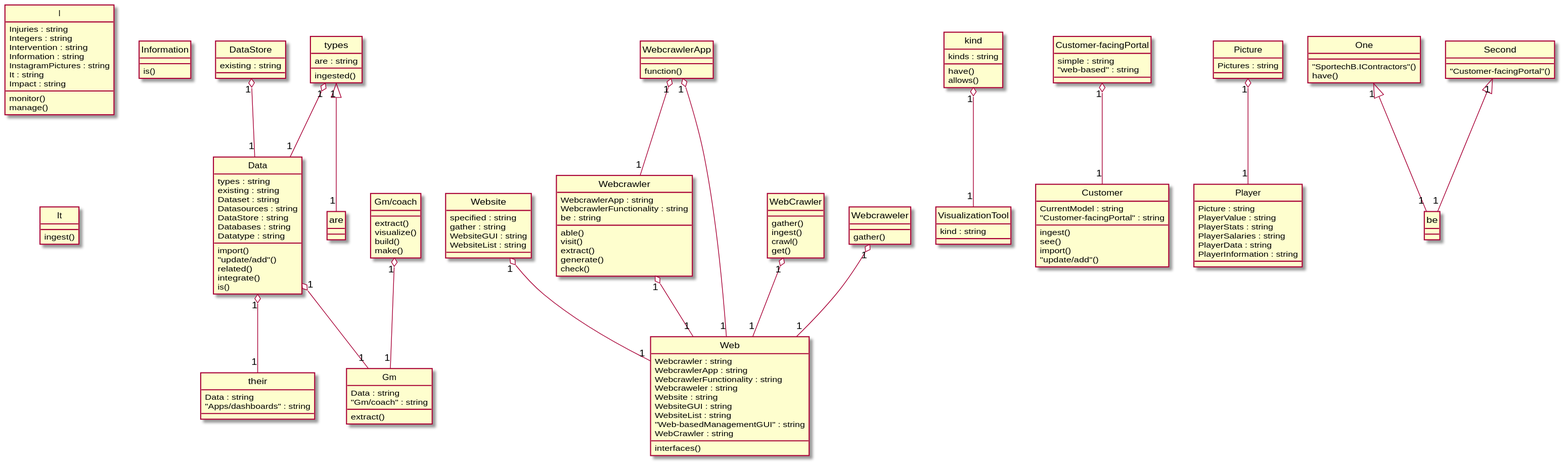
This is Diagrams/2014-USC-Project02.svg from xixixhalu/DomainModelExtractor, a PlantUML export, as it was before one commit. The source it was exported from:
```plantuml
@startuml
hide circle
class Gm {
	Data : string
	"Gm/coach" : string
	extract()
}
class Website {
	specified : string
	gather : string
	WebsiteGUI : string
	WebsiteList : string
}
class DataStore {
	existing : string
}
class VisualizationTool {
	kind : string
}
class Data {
	types : string
	existing : string
	Dataset : string
	Datasources : string
	DataStore : string
	Databases : string
	Datatype : string
	import()
	"update/add"()
	related()
	integrate()
	is()
}
class their {
	Data : string
	"Apps/dashboards" : string
}
class Customer-facingPortal {
	simple : string
	"web-based" : string
}
class Customer {
	CurrentModel : string
	"Customer-facingPortal" : string
	ingest()
	see()
	import()
	"update/add"()
}
class Player {
	Picture : string
	PlayerValue : string
	PlayerStats : string
	PlayerSalaries : string
	PlayerData : string
	PlayerInformation : string
}
class Picture {
	Pictures : string
}
class Webcrawler {
	WebcrawlerApp : string
	WebcrawlerFunctionality : string
	be : string
	able()
	visit()
	extract()
	generate()
	check()
}
class I {
	Injuries : string
	Integers : string
	Intervention : string
	Information : string
	InstagramPictures : string
	It : string
	Impact : string
	monitor()
	manage()
}
class kind {
	kinds : string
	have()
	allows()
}
class Web {
	Webcrawler : string
	WebcrawlerApp : string
	WebcrawlerFunctionality : string
	Webcraweler : string
	Website : string
	WebsiteGUI : string
	WebsiteList : string
	"Web-basedManagementGUI" : string
	WebCrawler : string
	interfaces()
}
class types {
	are : string
	ingested()
}
class Gm/coach {
	extract()
	visualize()
	build()
	make()
}
class One {
	"SportechB.IContractors"()
	have()
}
class WebCrawler {
	gather()
	ingest()
	crawl()
	get()
}
class Information {
	is()
}
class WebcrawlerApp {
	function()
}
class It {
	ingest()
}
class Second {
	"Customer-facingPortal"()
}
class Webcraweler {
	gather()
}
Data "1" o-- "1" their
Data "1" o-- "1" Gm
WebCrawler "1" o-- "1" Web
"Customer-facingPortal" "1" o-- "1" Customer
"Gm/coach" "1" o-- "1" Gm
WebcrawlerApp "1" o-- "1" Web
Picture "1" o-- "1" Player
kind "1" o-- "1" VisualizationTool
types "1" <|-- "1" are
Webcraweler "1" o-- "1" Web
WebcrawlerApp "1" o-- "1" Webcrawler
DataStore "1" o-- "1" Data
One "1" <|-- "1" be
Website "1" o-- "1" Web
types "1" o-- "1" Data
Second "1" <|-- "1" be
Webcrawler "1" o-- "1" Web
@enduml
```
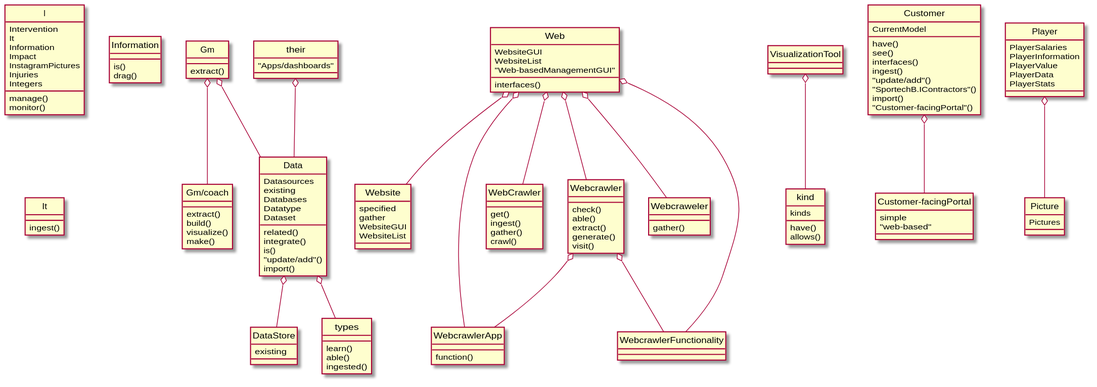
The same diagram one commit later.

Change to the diagram source:
```diff
@@ -1,151 +1,132 @@
 @startuml
 hide circle
 class Gm {
-	Data : string
-	"Gm/coach" : string
 	extract()
 }
 class Website {
-	specified : string
-	gather : string
-	WebsiteGUI : string
-	WebsiteList : string
+	specified
+	gather
+	WebsiteGUI
+	WebsiteList
 }
 class DataStore {
-	existing : string
+	existing
 }
 class VisualizationTool {
-	kind : string
 }
 class Data {
-	types : string
-	existing : string
-	Dataset : string
-	Datasources : string
-	DataStore : string
-	Databases : string
-	Datatype : string
-	import()
-	"update/add"()
+	Datasources
+	existing
+	Databases
+	Datatype
+	Dataset
 	related()
 	integrate()
 	is()
+	"update/add"()
+	import()
 }
 class their {
-	Data : string
-	"Apps/dashboards" : string
+	"Apps/dashboards"
 }
 class Customer-facingPortal {
-	simple : string
-	"web-based" : string
+	simple
+	"web-based"
 }
 class Customer {
-	CurrentModel : string
-	"Customer-facingPortal" : string
+	CurrentModel
+	have()
+	see()
+	interfaces()
 	ingest()
-	see()
+	"update/add"()
+	"SportechB.IContractors"()
 	import()
-	"update/add"()
+	"Customer-facingPortal"()
 }
 class Player {
-	Picture : string
-	PlayerValue : string
-	PlayerStats : string
-	PlayerSalaries : string
-	PlayerData : string
-	PlayerInformation : string
+	PlayerSalaries
+	PlayerInformation
+	PlayerValue
+	PlayerData
+	PlayerStats
+}
+class I {
+	Intervention
+	It
+	Information
+	Impact
+	InstagramPictures
+	Injuries
+	Integers
+	manage()
+	monitor()
 }
 class Picture {
-	Pictures : string
+	Pictures
 }
 class Webcrawler {
-	WebcrawlerApp : string
-	WebcrawlerFunctionality : string
-	be : string
+	check()
 	able()
-	visit()
 	extract()
 	generate()
-	check()
-}
-class I {
-	Injuries : string
-	Integers : string
-	Intervention : string
-	Information : string
-	InstagramPictures : string
-	It : string
-	Impact : string
-	monitor()
-	manage()
+	visit()
 }
 class kind {
-	kinds : string
+	kinds
 	have()
 	allows()
 }
 class Web {
-	Webcrawler : string
-	WebcrawlerApp : string
-	WebcrawlerFunctionality : string
-	Webcraweler : string
-	Website : string
-	WebsiteGUI : string
-	WebsiteList : string
-	"Web-basedManagementGUI" : string
-	WebCrawler : string
+	WebsiteGUI
+	WebsiteList
+	"Web-basedManagementGUI"
 	interfaces()
-}
-class types {
-	are : string
-	ingested()
 }
 class Gm/coach {
 	extract()
+	build()
 	visualize()
-	build()
 	make()
 }
-class One {
-	"SportechB.IContractors"()
-	have()
-}
 class WebCrawler {
+	get()
+	ingest()
 	gather()
-	ingest()
 	crawl()
-	get()
 }
 class Information {
 	is()
+	drag()
 }
 class WebcrawlerApp {
 	function()
 }
+class types {
+	learn()
+	able()
+	ingested()
+}
 class It {
 	ingest()
-}
-class Second {
-	"Customer-facingPortal"()
 }
 class Webcraweler {
 	gather()
 }
-Data "1" o-- "1" their
-Data "1" o-- "1" Gm
-WebCrawler "1" o-- "1" Web
-"Customer-facingPortal" "1" o-- "1" Customer
-"Gm/coach" "1" o-- "1" Gm
-WebcrawlerApp "1" o-- "1" Web
-Picture "1" o-- "1" Player
-kind "1" o-- "1" VisualizationTool
-types "1" <|-- "1" are
-Webcraweler "1" o-- "1" Web
-WebcrawlerApp "1" o-- "1" Webcrawler
-DataStore "1" o-- "1" Data
-One "1" <|-- "1" be
-Website "1" o-- "1" Web
-types "1" o-- "1" Data
-Second "1" <|-- "1" be
-Webcrawler "1" o-- "1" Web
+Web o-- WebCrawler
+Web o-- Website
+Customer o-- "Customer-facingPortal"
+Web o-- WebcrawlerApp
+Webcrawler o-- WebcrawlerApp
+Web o-- WebcrawlerFunctionality
+Data o-- DataStore
+Player o-- Picture
+Gm o-- Data
+Webcrawler o-- WebcrawlerFunctionality
+their o-- Data
+Web o-- Webcrawler
+VisualizationTool o-- kind
+Gm o-- "Gm/coach"
+Data o-- types
+Web o-- Webcraweler
 @enduml
```
